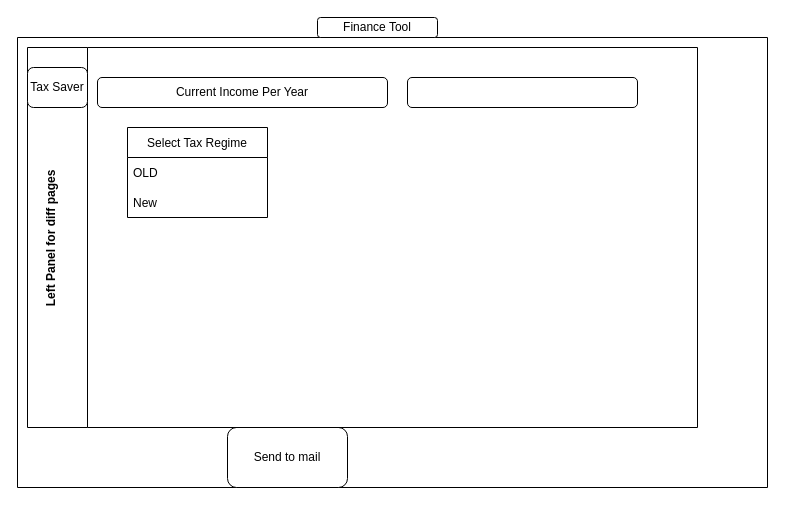
This is Finance Tool.drawio from rohitm17/FinTech, a draw.io file, before an edit. Source tidied: cells renumbered, new cells numbered last; positions are measured from the earlier drawing's top-left corner, leaving out a move shared by most shapes. Both pictures are drawn from the tidied source at 100%, with x=0, y=0 at pixel (17, 17).
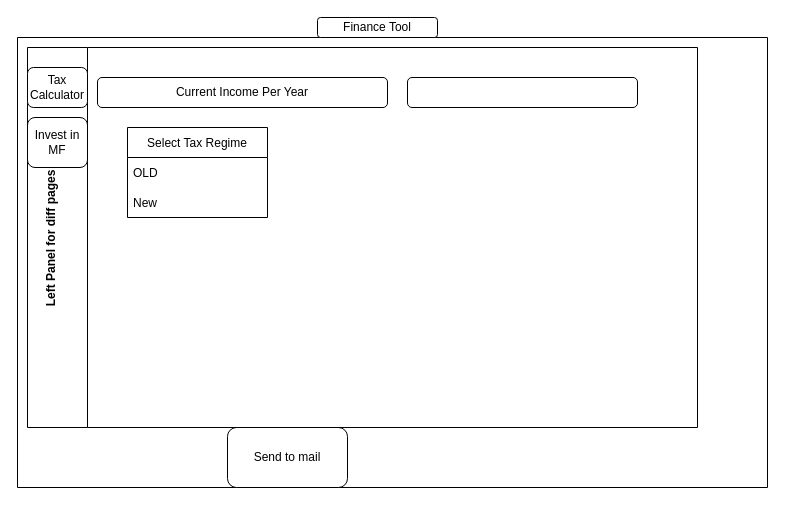
The same diagram, later.

Change to the diagram source:
```diff
@@
 <mxGraphModel>
   <root>
     <mxCell id="0" />
     <mxCell id="1" parent="0" />
     <mxCell id="2" style="swimlane;startSize=0;" parent="1" vertex="1">
       <mxGeometry y="20" width="750" height="450" as="geometry" />
     </mxCell>
     <mxCell id="3" value="Send to mail" style="rounded=1;whiteSpace=wrap;html=1;" parent="2" vertex="1">
       <mxGeometry x="210" y="390" width="120" height="60" as="geometry" />
     </mxCell>
     <mxCell id="4" value="Finance Tool" style="rounded=1;whiteSpace=wrap;html=1;" parent="2" vertex="1">
       <mxGeometry x="300" y="-20" width="120" height="20" as="geometry" />
     </mxCell>
     <mxCell id="5" value="Left Panel for diff pages&#10;" style="swimlane;horizontal=0;startSize=60;" parent="1" vertex="1">
       <mxGeometry x="10" y="30" width="670" height="380" as="geometry" />
     </mxCell>
-    <mxCell id="6" value="Tax Saver" style="rounded=1;whiteSpace=wrap;html=1;" parent="5" vertex="1">
+    <mxCell id="6" value="Tax Calculator" style="rounded=1;whiteSpace=wrap;html=1;" parent="5" vertex="1">
       <mxGeometry y="20" width="60" height="40" as="geometry" />
     </mxCell>
     <mxCell id="7" value="Current Income Per Year" style="rounded=1;whiteSpace=wrap;html=1;" parent="5" vertex="1">
       <mxGeometry x="70" y="30" width="290" height="30" as="geometry" />
     </mxCell>
     <mxCell id="8" style="rounded=1;whiteSpace=wrap;html=1;" parent="5" vertex="1">
       <mxGeometry x="380" y="30" width="230" height="30" as="geometry" />
     </mxCell>
     <mxCell id="9" value="Select Tax Regime" style="swimlane;fontStyle=0;horizontal=1;startSize=30;" parent="5" vertex="1">
       <mxGeometry x="100" y="80" width="140" height="90" as="geometry" />
     </mxCell>
     <mxCell id="10" value="OLD" style="text;strokeColor=none;fillColor=none;align=left;verticalAlign=middle;spacingLeft=4;spacingRight=4;overflow=hidden;" parent="9" vertex="1">
       <mxGeometry y="30" width="140" height="30" as="geometry" />
     </mxCell>
     <mxCell id="11" value="New" style="text;strokeColor=none;fillColor=none;align=left;verticalAlign=middle;spacingLeft=4;spacingRight=4;overflow=hidden;" parent="9" vertex="1">
       <mxGeometry y="60" width="140" height="30" as="geometry" />
     </mxCell>
+    <mxCell id="12" value="Invest in MF" style="rounded=1;whiteSpace=wrap;html=1;" parent="5" vertex="1">
+      <mxGeometry y="70" width="60" height="50" as="geometry" />
+    </mxCell>
   </root>
 </mxGraphModel>
```
